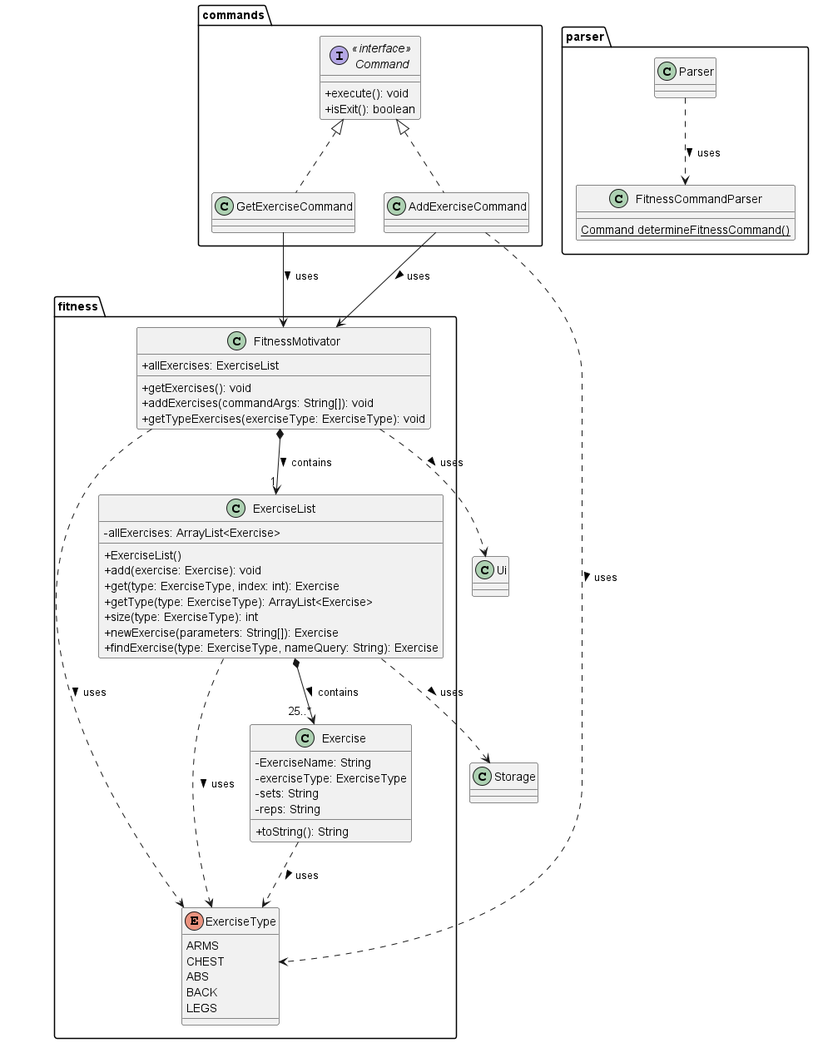
AY2324S2-CS2113-T11-1/tp keeps this PlantUML diagram as docs/diagrams/fitness/FitnessClassDiagram.png. Above is the earlier version. The source it was exported from:
```plantuml
@startuml

skinparam classAttributeIconSize 0

package parser {
    class FitnessCommandParser {
        {Static} Command determineFitnessCommand()
    }

    class Parser {
    }
}

package commands {
    interface "<<interface>>\nCommand" as Command {
        + execute(): void
        + isExit(): boolean
    }

    class AddExerciseCommand implements Command {
    }

    class GetExerciseCommand implements Command {
    }
}

package fitness {
    class FitnessMotivator {
        + allExercises: ExerciseList
        + getExercises(): void
        + addExercises(commandArgs: String[]): void
        + getTypeExercises(exerciseType: ExerciseType): void
    }

    class ExerciseList {
        - allExercises: ArrayList<Exercise>
        + ExerciseList()
        + add(exercise: Exercise): void
        + get(type: ExerciseType, index: int): Exercise
        + getType(type: ExerciseType): ArrayList<Exercise>
        + size(type: ExerciseType): int
        + newExercise(parameters: String[]): Exercise
        + findExercise(type: ExerciseType, nameQuery: String): Exercise
    }

    class Exercise {
        - ExerciseName: String
        - exerciseType: ExerciseType
        - sets: String
        - reps: String
        + toString(): String
    }

    enum ExerciseType {
        ARMS
        CHEST
        ABS
        BACK
        LEGS
    }
}

class Storage {
}

class Ui {
}

Parser ..> FitnessCommandParser : uses >

AddExerciseCommand --> FitnessMotivator : uses >
AddExerciseCommand ..> ExerciseType : uses >
GetExerciseCommand --> FitnessMotivator : uses >

FitnessMotivator *--> "1" ExerciseList : contains >

Exercise ..> ExerciseType : uses >
ExerciseList ..> ExerciseType : uses >
FitnessMotivator ..> ExerciseType : uses >

ExerciseList *--> "25..*" Exercise : contains >

ExerciseList ..> Storage : uses >

FitnessMotivator ..> Ui : uses >

@enduml
```
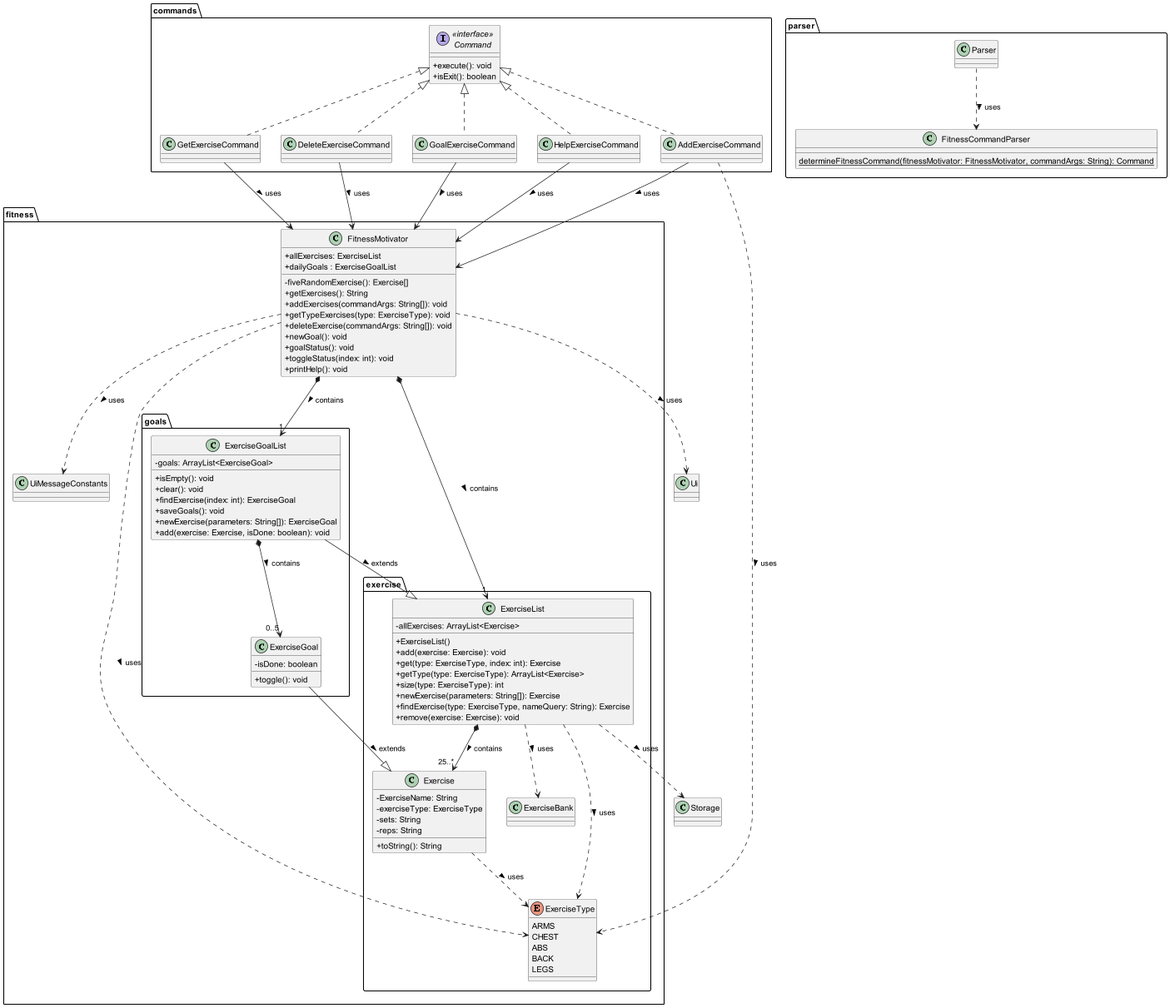
Later version of the same file.

Commit message:
Update Class Diagram and PlantUML for FitnessMotivator

Change to the diagram source:
```diff
@@ -4,7 +4,7 @@
 
 package parser {
     class FitnessCommandParser {
-        {Static} Command determineFitnessCommand()
+        {Static} determineFitnessCommand(fitnessMotivator: FitnessMotivator, commandArgs: String): Command
     }
 
     class Parser {
@@ -17,46 +17,89 @@
         + isExit(): boolean
     }
 
-    class AddExerciseCommand implements Command {
+    class GetExerciseCommand implements Command {
     }
 
-    class GetExerciseCommand implements Command {
+    class DeleteExerciseCommand implements Command {
+    }
+
+    class GoalExerciseCommand implements Command {
+    }
+
+    class HelpExerciseCommand implements Command {
+    }
+
+    class AddExerciseCommand implements Command {
     }
 }
 
 package fitness {
+    package exercise {
+
+        class ExerciseList {
+            - allExercises: ArrayList<Exercise>
+            + ExerciseList()
+            + add(exercise: Exercise): void
+            + get(type: ExerciseType, index: int): Exercise
+            + getType(type: ExerciseType): ArrayList<Exercise>
+            + size(type: ExerciseType): int
+            + newExercise(parameters: String[]): Exercise
+            + findExercise(type: ExerciseType, nameQuery: String): Exercise
+            + remove(exercise: Exercise): void
+        }
+
+        class Exercise {
+            - ExerciseName: String
+            - exerciseType: ExerciseType
+            - sets: String
+            - reps: String
+            + toString(): String
+        }
+
+        class ExerciseBank {
+        }
+
+        enum ExerciseType {
+            ARMS
+            CHEST
+            ABS
+            BACK
+            LEGS
+        }
+    }
+
+    package goals {
+        class ExerciseGoal {
+            - isDone: boolean
+            + toggle(): void
+        }
+
+        class ExerciseGoalList {
+            - goals: ArrayList<ExerciseGoal>
+            + isEmpty(): void
+            + clear(): void
+            + findExercise(index: int): ExerciseGoal
+            + saveGoals(): void
+            + newExercise(parameters: String[]): ExerciseGoal
+            + add(exercise: Exercise, isDone: boolean): void
+        }
+    }
+
     class FitnessMotivator {
         + allExercises: ExerciseList
-        + getExercises(): void
+        + dailyGoals : ExerciseGoalList
+        - fiveRandomExercise(): Exercise[]
+        + getExercises(): String
         + addExercises(commandArgs: String[]): void
-        + getTypeExercises(exerciseType: ExerciseType): void
+        + getTypeExercises(type: ExerciseType): void
+        + deleteExercise(commandArgs: String[]): void
+        + newGoal(): void
+        + goalStatus(): void
+        + toggleStatus(index: int): void
+        + printHelp(): void
     }
 
-    class ExerciseList {
-        - allExercises: ArrayList<Exercise>
-        + ExerciseList()
-        + add(exercise: Exercise): void
-        + get(type: ExerciseType, index: int): Exercise
-        + getType(type: ExerciseType): ArrayList<Exercise>
-        + size(type: ExerciseType): int
-        + newExercise(parameters: String[]): Exercise
-        + findExercise(type: ExerciseType, nameQuery: String): Exercise
-    }
-
-    class Exercise {
-        - ExerciseName: String
-        - exerciseType: ExerciseType
-        - sets: String
-        - reps: String
-        + toString(): String
-    }
-
-    enum ExerciseType {
-        ARMS
-        CHEST
-        ABS
-        BACK
-        LEGS
+    class UiMessageConstants {
     }
 }
 
@@ -71,14 +114,23 @@
 AddExerciseCommand --> FitnessMotivator : uses >
 AddExerciseCommand ..> ExerciseType : uses >
 GetExerciseCommand --> FitnessMotivator : uses >
+DeleteExerciseCommand --> FitnessMotivator : uses >
+GoalExerciseCommand --> FitnessMotivator : uses >
+HelpExerciseCommand --> FitnessMotivator : uses >
 
 FitnessMotivator *--> "1" ExerciseList : contains >
+FitnessMotivator *--> "1" ExerciseGoalList : contains >
 
 Exercise ..> ExerciseType : uses >
+ExerciseGoal --|> Exercise : extends >
+ExerciseGoalList --|> ExerciseList : extends >
 ExerciseList ..> ExerciseType : uses >
 FitnessMotivator ..> ExerciseType : uses >
+FitnessMotivator ..> UiMessageConstants : uses >
+ExerciseList ..> ExerciseBank : uses >
 
 ExerciseList *--> "25..*" Exercise : contains >
+ExerciseGoalList *--> "0..5" ExerciseGoal : contains >
 
 ExerciseList ..> Storage : uses >
 
```
